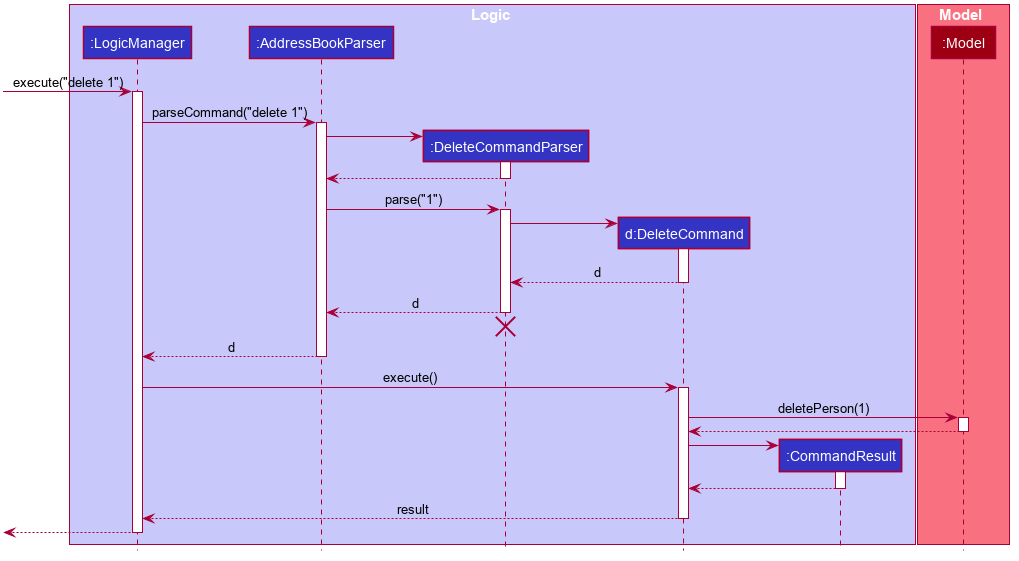
The PlantUML diagram docs/images/DeleteSequenceDiagram.png in nus-cs2103-AY2223S2/tp, before a commit. The source it was exported from:
```plantuml
@startuml








skinparam BackgroundColor #FFFFFFF

skinparam Shadowing false

skinparam Class {
    FontColor #FFFFFF
    BorderThickness 1
    BorderColor #FFFFFF
    StereotypeFontColor #FFFFFF
    FontName Arial
}

skinparam Actor {
    BorderColor #000000
    Color #000000
    FontName Arial
}

skinparam Sequence {
    MessageAlign center
    BoxFontSize 15
    BoxPadding 0
    BoxFontColor #FFFFFF
    FontName Arial
}

skinparam Participant {
    FontColor #FFFFFFF
    Padding 20
}

skinparam MinClassWidth 50
skinparam ParticipantPadding 10
skinparam Shadowing false
skinparam DefaultTextAlignment center
skinparam packageStyle Rectangle

hide footbox
hide members
hide circle

box Logic #C8C8FA
participant ":LogicManager" as LogicManager #3333C4
participant ":AddressBookParser" as AddressBookParser #3333C4
participant ":DeleteCommandParser" as DeleteCommandParser #3333C4
participant "d:DeleteCommand" as DeleteCommand #3333C4
participant ":CommandResult" as CommandResult #3333C4
end box

box Model #F97181
participant ":Model" as Model #9D0012
end box

[-> LogicManager : execute("delete 1")
activate LogicManager

LogicManager -> AddressBookParser : parseCommand("delete 1")
activate AddressBookParser

create DeleteCommandParser
AddressBookParser -> DeleteCommandParser
activate DeleteCommandParser

DeleteCommandParser --> AddressBookParser
deactivate DeleteCommandParser

AddressBookParser -> DeleteCommandParser : parse("1")
activate DeleteCommandParser

create DeleteCommand
DeleteCommandParser -> DeleteCommand
activate DeleteCommand

DeleteCommand --> DeleteCommandParser : d
deactivate DeleteCommand

DeleteCommandParser --> AddressBookParser : d
deactivate DeleteCommandParser
DeleteCommandParser -[hidden]-> AddressBookParser
destroy DeleteCommandParser

AddressBookParser --> LogicManager : d
deactivate AddressBookParser

LogicManager -> DeleteCommand : execute()
activate DeleteCommand

DeleteCommand -> Model : deletePerson(1)
activate Model

Model --> DeleteCommand
deactivate Model

create CommandResult
DeleteCommand -> CommandResult
activate CommandResult

CommandResult --> DeleteCommand
deactivate CommandResult

DeleteCommand --> LogicManager : result
deactivate DeleteCommand

[<--LogicManager
deactivate LogicManager
@enduml
```
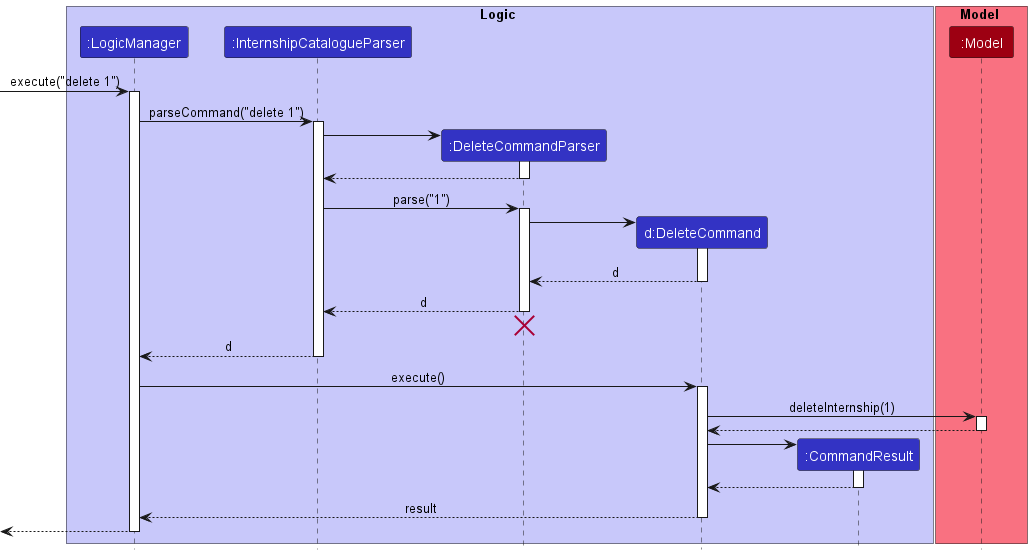
After the change.

Commit message:
Add implementation details for Select Command and Update Logic component details

What changed in the source:
```diff
@@ -1,79 +1,32 @@
 @startuml
+!include style.puml
 
-
-
-
-
-
-
-
-skinparam BackgroundColor #FFFFFFF
-
-skinparam Shadowing false
-
-skinparam Class {
-    FontColor #FFFFFF
-    BorderThickness 1
-    BorderColor #FFFFFF
-    StereotypeFontColor #FFFFFF
-    FontName Arial
-}
-
-skinparam Actor {
-    BorderColor #000000
-    Color #000000
-    FontName Arial
-}
-
-skinparam Sequence {
-    MessageAlign center
-    BoxFontSize 15
-    BoxPadding 0
-    BoxFontColor #FFFFFF
-    FontName Arial
-}
-
-skinparam Participant {
-    FontColor #FFFFFFF
-    Padding 20
-}
-
-skinparam MinClassWidth 50
-skinparam ParticipantPadding 10
-skinparam Shadowing false
-skinparam DefaultTextAlignment center
-skinparam packageStyle Rectangle
-
-hide footbox
-hide members
-hide circle
-
-box Logic #C8C8FA
-participant ":LogicManager" as LogicManager #3333C4
-participant ":AddressBookParser" as AddressBookParser #3333C4
-participant ":DeleteCommandParser" as DeleteCommandParser #3333C4
-participant "d:DeleteCommand" as DeleteCommand #3333C4
-participant ":CommandResult" as CommandResult #3333C4
+box Logic LOGIC_COLOR_T1
+participant ":LogicManager" as LogicManager LOGIC_COLOR
+participant ":InternshipCatalogueParser" as InternshipCatalogueParser LOGIC_COLOR
+participant ":DeleteCommandParser" as DeleteCommandParser LOGIC_COLOR
+participant "d:DeleteCommand" as DeleteCommand LOGIC_COLOR
+participant ":CommandResult" as CommandResult LOGIC_COLOR
 end box
 
-box Model #F97181
-participant ":Model" as Model #9D0012
+box Model MODEL_COLOR_T1
+participant ":Model" as Model MODEL_COLOR
 end box
 
 [-> LogicManager : execute("delete 1")
 activate LogicManager
 
-LogicManager -> AddressBookParser : parseCommand("delete 1")
-activate AddressBookParser
+LogicManager -> InternshipCatalogueParser : parseCommand("delete 1")
+activate InternshipCatalogueParser
 
 create DeleteCommandParser
-AddressBookParser -> DeleteCommandParser
+InternshipCatalogueParser -> DeleteCommandParser
 activate DeleteCommandParser
 
-DeleteCommandParser --> AddressBookParser
+DeleteCommandParser --> InternshipCatalogueParser
 deactivate DeleteCommandParser
 
-AddressBookParser -> DeleteCommandParser : parse("1")
+InternshipCatalogueParser -> DeleteCommandParser : parse("1")
 activate DeleteCommandParser
 
 create DeleteCommand
@@ -83,18 +36,18 @@
 DeleteCommand --> DeleteCommandParser : d
 deactivate DeleteCommand
 
-DeleteCommandParser --> AddressBookParser : d
+DeleteCommandParser --> InternshipCatalogueParser : d
 deactivate DeleteCommandParser
-DeleteCommandParser -[hidden]-> AddressBookParser
+DeleteCommandParser -[hidden]-> InternshipCatalogueParser
 destroy DeleteCommandParser
 
-AddressBookParser --> LogicManager : d
-deactivate AddressBookParser
+InternshipCatalogueParser --> LogicManager : d
+deactivate InternshipCatalogueParser
 
 LogicManager -> DeleteCommand : execute()
 activate DeleteCommand
 
-DeleteCommand -> Model : deletePerson(1)
+DeleteCommand -> Model : deleteInternship(1)
 activate Model
 
 Model --> DeleteCommand
```
